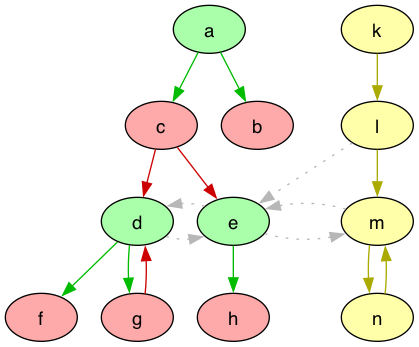
Earlier version of the Graphviz export lib/graphs/wm_graph_colored.png (idaks/Games-and-Argumentation). Its source is kept beside it as lib/graphs/wm_graph_colored.dot. Source of this version:
```dot
digraph G {
  rankdir="TB"
  node [shape=oval style=filled fontname=Helvetica fontsize=14]
  node [fillcolor="#AAFFAA" fontcolor="#000000"] a d e
  node [fillcolor="#FFAAAA" fontcolor="#000000"] c b f g h
  node [fillcolor="#FFFFAA" fontcolor="#000000"] k l m n
  edge [dir=forward color="#00BB00" style="solid"]
        "a" -> "c"
        "a" -> "b"
        "d" -> "f"
        "d" -> "g"
        "e" -> "h"
  edge [dir=forward color="#AAAA00" style="solid"]
        "k" -> "l"
        "l" -> "m"
        "m" -> "n"
        "n" -> "m"
  edge [dir=forward color="#CC0000" style="solid"]
        "c" -> "d"
        "c" -> "e"
        "g" -> "d"
  edge [dir=forward color="#b7b7b7" style="dotted" constraint=false]
        "l" -> "e"
        "d" -> "e"
        "e" -> "d"
        "e" -> "m"
        "m" -> "e"

}
```
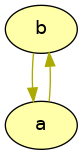
The same diagram one commit later.

What changed in the source:
```diff
@@ -1,29 +1,11 @@
 digraph G {
   rankdir="TB"
   node [shape=oval style=filled fontname=Helvetica fontsize=14]
-  node [fillcolor="#AAFFAA" fontcolor="#000000"] a d e
-  node [fillcolor="#FFAAAA" fontcolor="#000000"] c b f g h
-  node [fillcolor="#FFFFAA" fontcolor="#000000"] k l m n
-  edge [dir=forward color="#00BB00" style="solid"]
-        "a" -> "c"
+  node [fillcolor="#AAFFAA" fontcolor="#000000"]
+  node [fillcolor="#FFAAAA" fontcolor="#000000"]
+  node [fillcolor="#FFFFAA" fontcolor="#000000"] b a
+  edge [dir=forward color="#AAAA00" style="solid"]
+        "b" -> "a"
         "a" -> "b"
-        "d" -> "f"
-        "d" -> "g"
-        "e" -> "h"
-  edge [dir=forward color="#AAAA00" style="solid"]
-        "k" -> "l"
-        "l" -> "m"
-        "m" -> "n"
-        "n" -> "m"
-  edge [dir=forward color="#CC0000" style="solid"]
-        "c" -> "d"
-        "c" -> "e"
-        "g" -> "d"
-  edge [dir=forward color="#b7b7b7" style="dotted" constraint=false]
-        "l" -> "e"
-        "d" -> "e"
-        "e" -> "d"
-        "e" -> "m"
-        "m" -> "e"
 
 }
```
